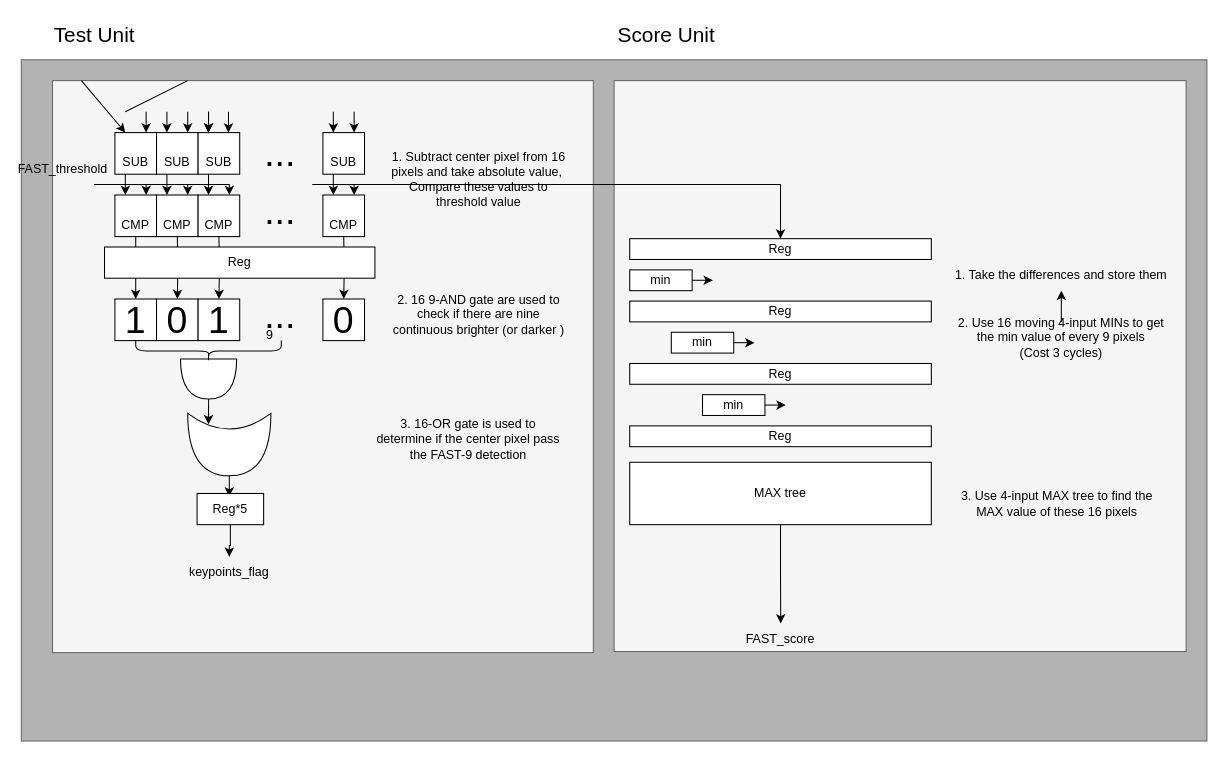
Earlier version of the draw.io diagram page "FAST unit" (3 of 5) of Hardware_implementation/Diagram.drawio (FlyingFrank515/Visual-Odometry). Source tidied: cells renumbered, new cells numbered last; positions are measured from the earlier drawing's top-left corner, leaving out a move shared by most shapes. Both pictures are drawn from the tidied source at 104%, with x=0, y=0 at pixel (21, 18).
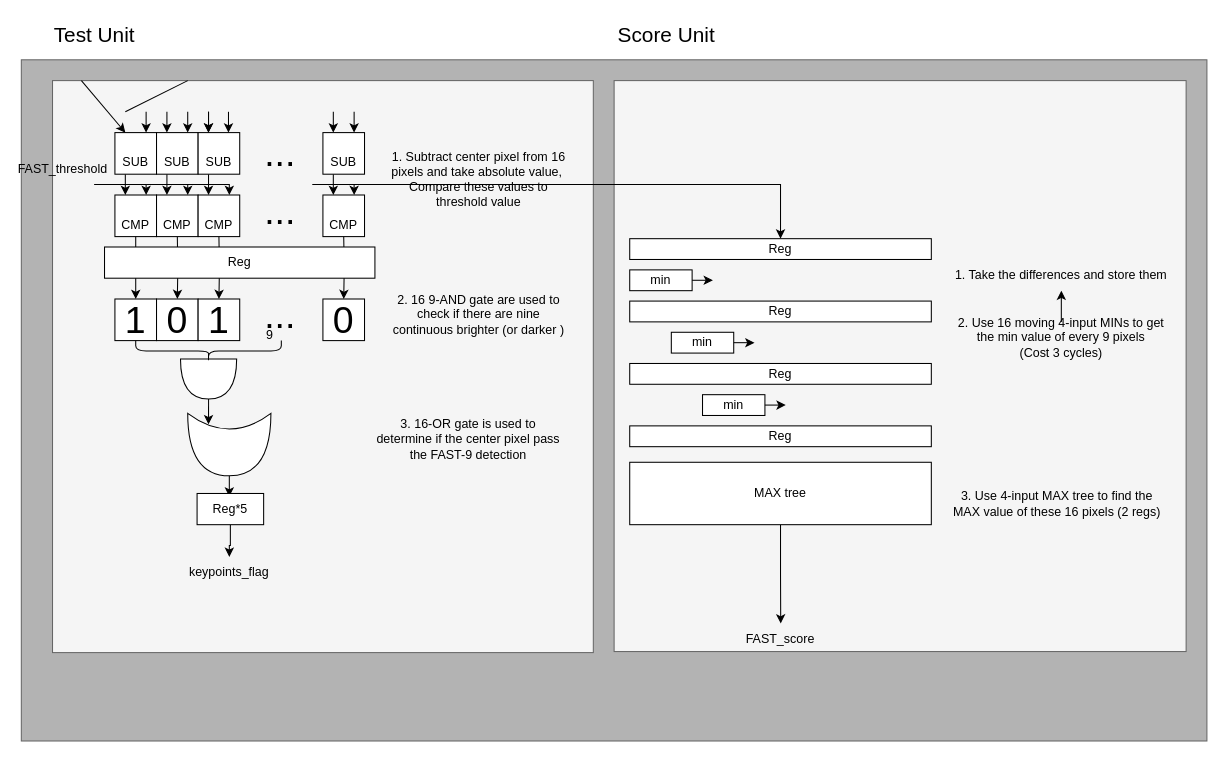
Above is the later version.

Change to the diagram source:
```diff
@@
-    <mxCell id="69" value="3. Use 4-input MAX tree to find the MAX value of these 16 pixels" style="text;html=1;strokeColor=none;fillColor=none;align=center;verticalAlign=middle;whiteSpace=wrap;rounded=0;fontSize=12;" parent="1" vertex="1">
+    <mxCell id="69" value="3. Use 4-input MAX tree to find the MAX value of these 16 pixels (2 regs)" style="text;html=1;strokeColor=none;fillColor=none;align=center;verticalAlign=middle;whiteSpace=wrap;rounded=0;fontSize=12;" parent="1" vertex="1">
       <mxGeometry x="891" y="452" width="210" height="30" as="geometry" />
     </mxCell>
```
